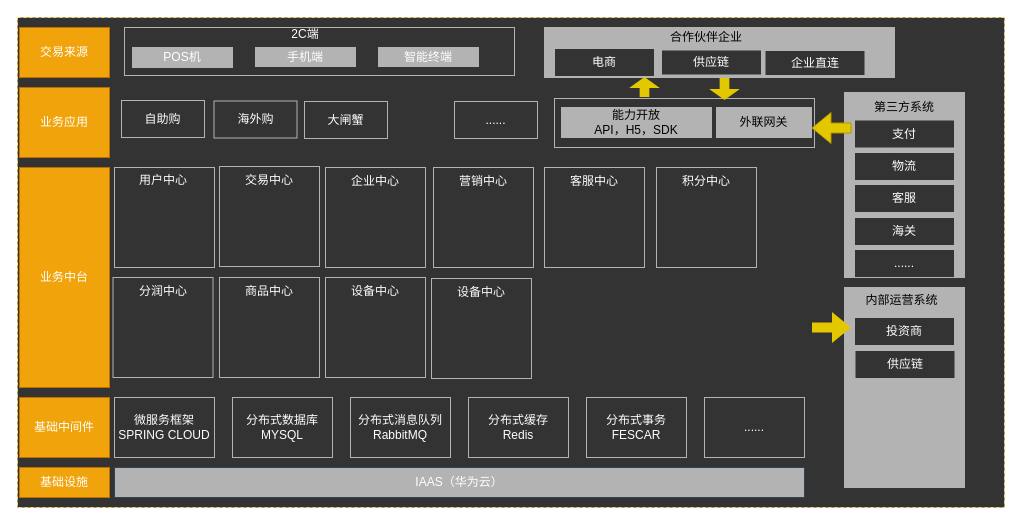
This is page "business-c" (4 of 5) of cgc/cgc-framework.drawio from kinvensan/drawio, a draw.io file, before an edit. Source tidied: cells renumbered, new cells numbered last; positions are measured from the earlier drawing's top-left corner, leaving out a move shared by most shapes. Both pictures are drawn from the tidied source at 100%, with x=0, y=0 at pixel (17, 17).
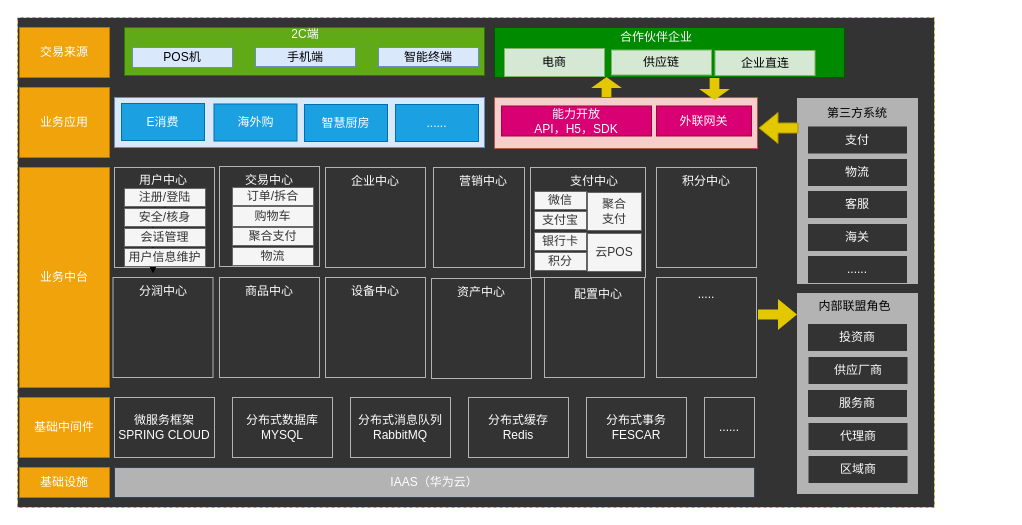
The same diagram, later.

What changed in the source:
```diff
@@
     <mxCell id="2" style="rounded=0;whiteSpace=wrap;html=1;dashed=1;strokeColor=#FFD966;fillColor=#333333;fontColor=#FFFFFF;" parent="1" vertex="1">
-      <mxGeometry width="987" height="490" as="geometry" />
+      <mxGeometry width="917" height="490" as="geometry" />
     </mxCell>
@@
     <mxCell id="4" value="IAAS（华为云）" style="rounded=0;whiteSpace=wrap;html=1;fillColor=#B3B3B3;strokeColor=#314354;fontColor=#ffffff;" parent="1" vertex="1">
-      <mxGeometry x="97" y="450" width="690" height="30" as="geometry" />
+      <mxGeometry x="97" y="450" width="640" height="30" as="geometry" />
     </mxCell>
@@
     <mxCell id="11" value="......" style="rounded=0;whiteSpace=wrap;html=1;fillColor=#333333;strokeColor=#B3B3B3;fontColor=#ffffff;" parent="1" vertex="1">
-      <mxGeometry x="687" y="380" width="100" height="60" as="geometry" />
+      <mxGeometry x="687" y="380" width="50" height="60" as="geometry" />
     </mxCell>
@@
     <mxCell id="14" style="rounded=0;whiteSpace=wrap;html=1;strokeColor=#B3B3B3;fillColor=#B3B3B3;" parent="1" vertex="1">
-      <mxGeometry x="827" y="75" width="120" height="185" as="geometry" />
+      <mxGeometry x="780" y="81" width="120" height="185" as="geometry" />
     </mxCell>
     <mxCell id="15" value="第三方系统" style="text;html=1;strokeColor=none;fillColor=none;align=center;verticalAlign=middle;whiteSpace=wrap;rounded=0;" parent="1" vertex="1">
-      <mxGeometry x="847" y="80" width="80" height="20" as="geometry" />
+      <mxGeometry x="800" y="86" width="80" height="20" as="geometry" />
     </mxCell>
     <mxCell id="16" style="rounded=0;whiteSpace=wrap;html=1;strokeColor=#B3B3B3;fillColor=#B3B3B3;" parent="1" vertex="1">
-      <mxGeometry x="827" y="270" width="120" height="200" as="geometry" />
+      <mxGeometry x="780" y="276" width="120" height="200" as="geometry" />
     </mxCell>
-    <mxCell id="17" value="内部运营系统" style="text;html=1;strokeColor=none;fillColor=none;align=center;verticalAlign=middle;whiteSpace=wrap;rounded=0;direction=south;" parent="1" vertex="1">
-      <mxGeometry x="842" y="278" width="85" height="10" as="geometry" />
+    <mxCell id="17" value="内部联盟角色" style="text;html=1;strokeColor=none;fillColor=none;align=center;verticalAlign=middle;whiteSpace=wrap;rounded=0;direction=south;" parent="1" vertex="1">
+      <mxGeometry x="795" y="284" width="85" height="10" as="geometry" />
     </mxCell>
@@
-    <mxCell id="19" style="rounded=0;whiteSpace=wrap;html=1;fillColor=#333333;strokeColor=#B3B3B3;fontColor=#ffffff;" parent="1" vertex="1">
-      <mxGeometry x="107" y="10" width="390" height="48" as="geometry" />
+    <mxCell id="19" style="rounded=0;whiteSpace=wrap;html=1;fillColor=#60a917;strokeColor=#2D7600;fontColor=#ffffff;" parent="1" vertex="1">
+      <mxGeometry x="107" y="10" width="360" height="48" as="geometry" />
     </mxCell>
-    <mxCell id="20" value="手机端" style="rounded=0;whiteSpace=wrap;html=1;fillColor=#B3B3B3;strokeColor=#B3B3B3;fontColor=#ffffff;" parent="1" vertex="1">
+    <mxCell id="20" value="手机端" style="rounded=0;whiteSpace=wrap;html=1;fillColor=#dae8fc;strokeColor=#6c8ebf;" parent="1" vertex="1">
       <mxGeometry x="238" y="30" width="100" height="19" as="geometry" />
     </mxCell>
-    <mxCell id="21" value="智能终端" style="rounded=0;whiteSpace=wrap;html=1;fillColor=#B3B3B3;strokeColor=#B3B3B3;fontColor=#ffffff;" parent="1" vertex="1">
+    <mxCell id="21" value="智能终端" style="rounded=0;whiteSpace=wrap;html=1;fillColor=#dae8fc;strokeColor=#6c8ebf;" parent="1" vertex="1">
       <mxGeometry x="361" y="30" width="100" height="19" as="geometry" />
     </mxCell>
-    <mxCell id="22" style="rounded=0;whiteSpace=wrap;html=1;strokeColor=#B3B3B3;fillColor=#B3B3B3;" parent="1" vertex="1">
-      <mxGeometry x="527" y="10" width="350" height="50" as="geometry" />
+    <mxCell id="22" style="rounded=0;whiteSpace=wrap;html=1;strokeColor=#005700;fillColor=#008a00;fontColor=#ffffff;" parent="1" vertex="1">
+      <mxGeometry x="477" y="10" width="350" height="50" as="geometry" />
     </mxCell>
-    <mxCell id="23" value="合作伙伴企业" style="text;html=1;strokeColor=none;fillColor=none;align=center;verticalAlign=middle;whiteSpace=wrap;rounded=0;" parent="1" vertex="1">
-      <mxGeometry x="649" y="10" width="80" height="20" as="geometry" />
+    <mxCell id="23" value="&lt;font color=&quot;#ffffff&quot;&gt;合作伙伴企业&lt;/font&gt;" style="text;html=1;strokeColor=none;fillColor=none;align=center;verticalAlign=middle;whiteSpace=wrap;rounded=0;" parent="1" vertex="1">
+      <mxGeometry x="599" y="10" width="80" height="20" as="geometry" />
     </mxCell>
-    <mxCell id="24" value="电商" style="rounded=0;whiteSpace=wrap;html=1;fillColor=#333333;strokeColor=#B3B3B3;fontColor=#ffffff;" parent="1" vertex="1">
-      <mxGeometry x="537" y="31" width="100" height="28" as="geometry" />
+    <mxCell id="24" value="电商" style="rounded=0;whiteSpace=wrap;html=1;fillColor=#d5e8d4;strokeColor=#82b366;" parent="1" vertex="1">
+      <mxGeometry x="487" y="31" width="100" height="28" as="geometry" />
     </mxCell>
-    <mxCell id="25" value="供应链" style="rounded=0;whiteSpace=wrap;html=1;fillColor=#333333;strokeColor=#B3B3B3;fontColor=#ffffff;" parent="1" vertex="1">
-      <mxGeometry x="644" y="32.5" width="100" height="25" as="geometry" />
+    <mxCell id="25" value="供应链" style="rounded=0;whiteSpace=wrap;html=1;fillColor=#d5e8d4;strokeColor=#82b366;" parent="1" vertex="1">
+      <mxGeometry x="594" y="32.5" width="100" height="25" as="geometry" />
     </mxCell>
     <mxCell id="26" value="投资商" style="rounded=0;whiteSpace=wrap;html=1;fillColor=#333333;strokeColor=#B3B3B3;fontColor=#ffffff;" parent="1" vertex="1">
-      <mxGeometry x="837" y="300" width="100" height="28" as="geometry" />
+      <mxGeometry x="790" y="306" width="100" height="28" as="geometry" />
     </mxCell>
-    <mxCell id="27" value="供应链" style="rounded=0;whiteSpace=wrap;html=1;fillColor=#333333;strokeColor=#B3B3B3;fontColor=#ffffff;" parent="1" vertex="1">
-      <mxGeometry x="837.5" y="333" width="100" height="28" as="geometry" />
+    <mxCell id="27" value="供应厂商" style="rounded=0;whiteSpace=wrap;html=1;fillColor=#333333;strokeColor=#B3B3B3;fontColor=#ffffff;" parent="1" vertex="1">
+      <mxGeometry x="790.5" y="339" width="100" height="28" as="geometry" />
     </mxCell>
     <mxCell id="28" value="支付" style="rounded=0;whiteSpace=wrap;html=1;fillColor=#333333;strokeColor=#B3B3B3;fontColor=#ffffff;flipV=1;" parent="1" vertex="1">
-      <mxGeometry x="837" y="102.5" width="100" height="28" as="geometry" />
+      <mxGeometry x="790" y="108.5" width="100" height="28" as="geometry" />
     </mxCell>
     <mxCell id="29" value="物流" style="rounded=0;whiteSpace=wrap;html=1;fillColor=#333333;strokeColor=#B3B3B3;fontColor=#ffffff;flipV=1;" parent="1" vertex="1">
-      <mxGeometry x="837" y="135" width="100" height="28" as="geometry" />
+      <mxGeometry x="790" y="141" width="100" height="28" as="geometry" />
     </mxCell>
     <mxCell id="30" value="客服" style="rounded=0;whiteSpace=wrap;html=1;fillColor=#333333;strokeColor=#B3B3B3;fontColor=#ffffff;flipV=1;" parent="1" vertex="1">
-      <mxGeometry x="837" y="167" width="100" height="28" as="geometry" />
+      <mxGeometry x="790" y="173" width="100" height="28" as="geometry" />
     </mxCell>
     <mxCell id="31" value="海关" style="rounded=0;whiteSpace=wrap;html=1;fillColor=#333333;strokeColor=#B3B3B3;fontColor=#ffffff;flipV=1;" parent="1" vertex="1">
-      <mxGeometry x="837" y="200" width="100" height="28" as="geometry" />
+      <mxGeometry x="790" y="206" width="100" height="28" as="geometry" />
     </mxCell>
     <mxCell id="32" value="......" style="rounded=0;whiteSpace=wrap;html=1;fillColor=#333333;strokeColor=#B3B3B3;fontColor=#ffffff;flipV=1;" parent="1" vertex="1">
-      <mxGeometry x="837" y="232" width="100" height="28" as="geometry" />
+      <mxGeometry x="790" y="238" width="100" height="28" as="geometry" />
     </mxCell>
-    <mxCell id="33" style="rounded=0;whiteSpace=wrap;html=1;fillColor=#333333;strokeColor=#B3B3B3;fontColor=#ffffff;" parent="1" vertex="1">
-      <mxGeometry x="537" y="81" width="260" height="49" as="geometry" />
+    <mxCell id="33" style="rounded=0;whiteSpace=wrap;html=1;fillColor=#f8cecc;strokeColor=#b85450;" parent="1" vertex="1">
+      <mxGeometry x="477" y="80" width="263" height="51" as="geometry" />
     </mxCell>
-    <mxCell id="34" value="能力开放&lt;br&gt;API，H5，SDK" style="rounded=0;whiteSpace=wrap;html=1;strokeColor=#B3B3B3;fillColor=#B3B3B3;" parent="1" vertex="1">
-      <mxGeometry x="544" y="90" width="150" height="30" as="geometry" />
+    <mxCell id="34" value="能力开放&lt;br&gt;API，H5，SDK" style="rounded=0;whiteSpace=wrap;html=1;strokeColor=#A50040;fillColor=#d80073;fontColor=#ffffff;" parent="1" vertex="1">
+      <mxGeometry x="484" y="88.5" width="150" height="30" as="geometry" />
     </mxCell>
-    <mxCell id="35" value="外联网关" style="rounded=0;whiteSpace=wrap;html=1;strokeColor=#B3B3B3;fillColor=#B3B3B3;" parent="1" vertex="1">
-      <mxGeometry x="699" y="90" width="95" height="30" as="geometry" />
+    <mxCell id="35" value="外联网关" style="rounded=0;whiteSpace=wrap;html=1;strokeColor=#A50040;fillColor=#d80073;fontColor=#ffffff;" parent="1" vertex="1">
+      <mxGeometry x="639" y="88.5" width="95" height="30" as="geometry" />
     </mxCell>
     <mxCell id="36" style="shape=flexArrow;endArrow=classic;html=1;fillColor=#e3c800;strokeColor=#B09500;" parent="1" edge="1">
       <mxGeometry relative="1" as="geometry">
-        <mxPoint x="834" y="110.5" as="sourcePoint" />
-        <mxPoint x="794" y="110.5" as="targetPoint" />
+        <mxPoint x="781" y="110.5" as="sourcePoint" />
+        <mxPoint x="741" y="110.5" as="targetPoint" />
       </mxGeometry>
     </mxCell>
     <mxCell id="37" style="shape=flexArrow;endArrow=classic;html=1;fillColor=#e3c800;strokeColor=none;" parent="1" edge="1">
       <mxGeometry relative="1" as="geometry">
-        <mxPoint x="794" y="310" as="sourcePoint" />
-        <mxPoint x="834" y="310" as="targetPoint" />
+        <mxPoint x="740" y="297" as="sourcePoint" />
+        <mxPoint x="780" y="297" as="targetPoint" />
       </mxGeometry>
     </mxCell>
-    <mxCell id="38" value="企业直连" style="rounded=0;whiteSpace=wrap;html=1;fillColor=#333333;strokeColor=#B3B3B3;fontColor=#ffffff;" parent="1" vertex="1">
-      <mxGeometry x="747.5" y="33" width="100" height="25" as="geometry" />
+    <mxCell id="38" value="企业直连" style="rounded=0;whiteSpace=wrap;html=1;fillColor=#d5e8d4;strokeColor=#82b366;" parent="1" vertex="1">
+      <mxGeometry x="697.5" y="33" width="100" height="25" as="geometry" />
     </mxCell>
     <mxCell id="39" style="shape=flexArrow;endArrow=classic;html=1;fillColor=#e3c800;strokeColor=none;width=9.714285714285714;endSize=3.2971428571428567;" parent="1" edge="1">
       <mxGeometry relative="1" as="geometry">
-        <mxPoint x="707" y="60" as="sourcePoint" />
-        <mxPoint x="707" y="83" as="targetPoint" />
+        <mxPoint x="697" y="60" as="sourcePoint" />
+        <mxPoint x="697" y="83" as="targetPoint" />
       </mxGeometry>
     </mxCell>
     <mxCell id="40" style="shape=flexArrow;endArrow=classic;html=1;fillColor=#e3c800;strokeColor=none;width=9.714285714285714;endSize=3.2971428571428567;" parent="1" edge="1">
       <mxGeometry relative="1" as="geometry">
-        <mxPoint x="627" y="80" as="sourcePoint" />
-        <mxPoint x="627" y="59" as="targetPoint" />
+        <mxPoint x="589" y="80" as="sourcePoint" />
+        <mxPoint x="589" y="59" as="targetPoint" />
       </mxGeometry>
     </mxCell>
-    <mxCell id="41" value="POS机" style="rounded=0;whiteSpace=wrap;html=1;fillColor=#B3B3B3;strokeColor=#B3B3B3;fontColor=#ffffff;" parent="1" vertex="1">
+    <mxCell id="41" value="POS机" style="rounded=0;whiteSpace=wrap;html=1;fillColor=#dae8fc;strokeColor=#6c8ebf;" parent="1" vertex="1">
       <mxGeometry x="115" y="30" width="100" height="20" as="geometry" />
     </mxCell>
@@
-    <mxCell id="43" value="自助购" style="rounded=0;whiteSpace=wrap;html=1;fillColor=#333333;strokeColor=#B3B3B3;fontColor=#ffffff;" parent="1" vertex="1">
-      <mxGeometry x="104" y="83" width="83" height="37" as="geometry" />
-    </mxCell>
-    <mxCell id="44" value="海外购" style="rounded=0;whiteSpace=wrap;html=1;fillColor=#333333;strokeColor=#B3B3B3;fontColor=#ffffff;" parent="1" vertex="1">
-      <mxGeometry x="196.5" y="83.5" width="83" height="37" as="geometry" />
-    </mxCell>
-    <mxCell id="45" value="大闸蟹" style="rounded=0;whiteSpace=wrap;html=1;fillColor=#333333;strokeColor=#B3B3B3;fontColor=#ffffff;" parent="1" vertex="1">
-      <mxGeometry x="287" y="84" width="83" height="37" as="geometry" />
-    </mxCell>
-    <mxCell id="46" value="......" style="rounded=0;whiteSpace=wrap;html=1;fillColor=#333333;strokeColor=#B3B3B3;fontColor=#ffffff;" parent="1" vertex="1">
-      <mxGeometry x="437" y="84" width="83" height="37" as="geometry" />
-    </mxCell>
@@
     <mxCell id="53" style="rounded=0;whiteSpace=wrap;html=1;fillColor=#333333;strokeColor=#B3B3B3;fontColor=#ffffff;" parent="1" vertex="1">
-      <mxGeometry x="416" y="150" width="100" height="100" as="geometry" />
+      <mxGeometry x="416" y="150" width="91" height="100" as="geometry" />
     </mxCell>
@@
     <mxCell id="55" style="rounded=0;whiteSpace=wrap;html=1;fillColor=#333333;strokeColor=#B3B3B3;fontColor=#ffffff;" parent="1" vertex="1">
-      <mxGeometry x="527" y="150" width="100" height="100" as="geometry" />
+      <mxGeometry x="513" y="150" width="115" height="110" as="geometry" />
     </mxCell>
-    <mxCell id="56" value="客服中心" style="text;html=1;strokeColor=none;fillColor=none;align=center;verticalAlign=middle;whiteSpace=wrap;rounded=0;fontColor=#FFFFFF;" parent="1" vertex="1">
+    <mxCell id="56" value="支付中心" style="text;html=1;strokeColor=none;fillColor=none;align=center;verticalAlign=middle;whiteSpace=wrap;rounded=0;fontColor=#FFFFFF;" parent="1" vertex="1">
       <mxGeometry x="547" y="154" width="60" height="20" as="geometry" />
     </mxCell>
@@
-    <mxCell id="66" value="设备中心" style="text;html=1;strokeColor=none;fillColor=none;align=center;verticalAlign=middle;whiteSpace=wrap;rounded=0;fontColor=#FFFFFF;" parent="1" vertex="1">
+    <mxCell id="66" value="资产中心" style="text;html=1;strokeColor=none;fillColor=none;align=center;verticalAlign=middle;whiteSpace=wrap;rounded=0;fontColor=#FFFFFF;" parent="1" vertex="1">
       <mxGeometry x="434" y="265" width="60" height="20" as="geometry" />
     </mxCell>
+    <mxCell id="67" style="rounded=0;whiteSpace=wrap;html=1;fillColor=#333333;strokeColor=#B3B3B3;fontColor=#ffffff;" parent="1" vertex="1">
+      <mxGeometry x="527" y="260" width="100" height="100" as="geometry" />
+    </mxCell>
+    <mxCell id="68" value="配置中心" style="text;html=1;strokeColor=none;fillColor=none;align=center;verticalAlign=middle;whiteSpace=wrap;rounded=0;fontColor=#FFFFFF;" parent="1" vertex="1">
+      <mxGeometry x="551" y="267" width="60" height="20" as="geometry" />
+    </mxCell>
+    <mxCell id="69" style="rounded=0;whiteSpace=wrap;html=1;fillColor=#333333;strokeColor=#B3B3B3;fontColor=#ffffff;" parent="1" vertex="1">
+      <mxGeometry x="639" y="260" width="100" height="100" as="geometry" />
+    </mxCell>
+    <mxCell id="70" value="....." style="text;html=1;strokeColor=none;fillColor=none;align=center;verticalAlign=middle;whiteSpace=wrap;rounded=0;fontColor=#FFFFFF;" parent="1" vertex="1">
+      <mxGeometry x="659" y="267" width="60" height="20" as="geometry" />
+    </mxCell>
+    <mxCell id="71" value="服务商" style="rounded=0;whiteSpace=wrap;html=1;fillColor=#333333;strokeColor=#B3B3B3;fontColor=#ffffff;" parent="1" vertex="1">
+      <mxGeometry x="790" y="372" width="100" height="28" as="geometry" />
+    </mxCell>
+    <mxCell id="72" value="代理商" style="rounded=0;whiteSpace=wrap;html=1;fillColor=#333333;strokeColor=#B3B3B3;fontColor=#ffffff;" parent="1" vertex="1">
+      <mxGeometry x="790.5" y="405" width="100" height="28" as="geometry" />
+    </mxCell>
+    <mxCell id="73" value="区域商" style="rounded=0;whiteSpace=wrap;html=1;fillColor=#333333;strokeColor=#B3B3B3;fontColor=#ffffff;" parent="1" vertex="1">
+      <mxGeometry x="790.5" y="438" width="100" height="28" as="geometry" />
+    </mxCell>
+    <mxCell id="74" style="rounded=0;whiteSpace=wrap;html=1;fillColor=#dae8fc;strokeColor=#6c8ebf;" parent="1" vertex="1">
+      <mxGeometry x="97" y="80" width="370" height="50" as="geometry" />
+    </mxCell>
+    <mxCell id="43" value="E消费" style="rounded=0;whiteSpace=wrap;html=1;fillColor=#1ba1e2;strokeColor=#006EAF;fontColor=#ffffff;" parent="1" vertex="1">
+      <mxGeometry x="104" y="86" width="83" height="37" as="geometry" />
+    </mxCell>
+    <mxCell id="44" value="海外购" style="rounded=0;whiteSpace=wrap;html=1;fillColor=#1ba1e2;strokeColor=#006EAF;fontColor=#ffffff;" parent="1" vertex="1">
+      <mxGeometry x="196.5" y="86.5" width="83" height="37" as="geometry" />
+    </mxCell>
+    <mxCell id="45" value="智慧厨房" style="rounded=0;whiteSpace=wrap;html=1;fillColor=#1ba1e2;strokeColor=#006EAF;fontColor=#ffffff;" parent="1" vertex="1">
+      <mxGeometry x="287" y="87" width="83" height="37" as="geometry" />
+    </mxCell>
+    <mxCell id="46" value="......" style="rounded=0;whiteSpace=wrap;html=1;fillColor=#1ba1e2;strokeColor=#006EAF;fontColor=#ffffff;" parent="1" vertex="1">
+      <mxGeometry x="378" y="87" width="83" height="37" as="geometry" />
+    </mxCell>
+    <mxCell id="75" style="edgeStyle=orthogonalEdgeStyle;rounded=0;jettySize=auto;html=1;exitX=0.5;exitY=1;exitDx=0;exitDy=0;entryX=0.351;entryY=-1.5;entryDx=0;entryDy=0;entryPerimeter=0;fontColor=#FFFFFF;" parent="1" edge="1" source="76" target="78">
+      <mxGeometry relative="1" as="geometry" />
+    </mxCell>
+    <mxCell id="76" value="注册/登陆" style="rounded=0;whiteSpace=wrap;html=1;strokeColor=#666666;fillColor=#f5f5f5;fontColor=#333333;flipV=1;" parent="1" vertex="1">
+      <mxGeometry x="107" y="171" width="81" height="18" as="geometry" />
+    </mxCell>
+    <mxCell id="77" value="安全/核身" style="rounded=0;whiteSpace=wrap;html=1;strokeColor=#666666;fillColor=#f5f5f5;fontColor=#333333;flipV=1;" parent="1" vertex="1">
+      <mxGeometry x="107" y="191" width="81" height="18" as="geometry" />
+    </mxCell>
+    <mxCell id="78" value="会话管理" style="rounded=0;whiteSpace=wrap;html=1;strokeColor=#666666;fillColor=#f5f5f5;fontColor=#333333;flipV=1;" parent="1" vertex="1">
+      <mxGeometry x="107" y="211" width="81" height="18" as="geometry" />
+    </mxCell>
+    <mxCell id="79" value="用户信息维护" style="rounded=0;whiteSpace=wrap;html=1;strokeColor=#666666;fillColor=#f5f5f5;fontColor=#333333;flipV=1;" parent="1" vertex="1">
+      <mxGeometry x="107" y="231" width="81" height="18" as="geometry" />
+    </mxCell>
+    <mxCell id="80" value="订单/拆合" style="rounded=0;whiteSpace=wrap;html=1;strokeColor=#666666;fillColor=#f5f5f5;fontColor=#333333;" parent="1" vertex="1">
+      <mxGeometry x="215" y="170" width="81" height="18" as="geometry" />
+    </mxCell>
+    <mxCell id="81" value="购物车" style="rounded=0;whiteSpace=wrap;html=1;strokeColor=#666666;fillColor=#f5f5f5;fontColor=#333333;" parent="1" vertex="1">
+      <mxGeometry x="215" y="189" width="81" height="20" as="geometry" />
+    </mxCell>
+    <mxCell id="82" value="聚合支付" style="rounded=0;whiteSpace=wrap;html=1;strokeColor=#666666;fillColor=#f5f5f5;fontColor=#333333;" parent="1" vertex="1">
+      <mxGeometry x="215" y="210" width="81" height="18" as="geometry" />
+    </mxCell>
+    <mxCell id="83" value="物流" style="rounded=0;whiteSpace=wrap;html=1;strokeColor=#666666;fillColor=#f5f5f5;fontColor=#333333;" parent="1" vertex="1">
+      <mxGeometry x="215" y="230" width="81" height="18" as="geometry" />
+    </mxCell>
+    <mxCell id="84" value="聚合&lt;br&gt;支付" style="rounded=0;whiteSpace=wrap;html=1;strokeColor=#666666;fillColor=#f5f5f5;fontColor=#333333;" parent="1" vertex="1">
+      <mxGeometry x="570" y="175" width="54" height="38" as="geometry" />
+    </mxCell>
+    <mxCell id="85" value="云POS" style="rounded=0;whiteSpace=wrap;html=1;strokeColor=#666666;fillColor=#f5f5f5;fontColor=#333333;" parent="1" vertex="1">
+      <mxGeometry x="570" y="216" width="54" height="38" as="geometry" />
+    </mxCell>
+    <mxCell id="86" value="微信" style="rounded=0;whiteSpace=wrap;html=1;strokeColor=#666666;fillColor=#f5f5f5;fontColor=#333333;" parent="1" vertex="1">
+      <mxGeometry x="517" y="174" width="52" height="18" as="geometry" />
+    </mxCell>
+    <mxCell id="87" value="支付宝" style="rounded=0;whiteSpace=wrap;html=1;strokeColor=#666666;fillColor=#f5f5f5;fontColor=#333333;" parent="1" vertex="1">
+      <mxGeometry x="517" y="194" width="52" height="18" as="geometry" />
+    </mxCell>
+    <mxCell id="88" value="积分" style="rounded=0;whiteSpace=wrap;html=1;strokeColor=#666666;fillColor=#f5f5f5;fontColor=#333333;" parent="1" vertex="1">
+      <mxGeometry x="517" y="235" width="52" height="18" as="geometry" />
+    </mxCell>
+    <mxCell id="89" value="银行卡" style="rounded=0;whiteSpace=wrap;html=1;strokeColor=#666666;fillColor=#f5f5f5;fontColor=#333333;" parent="1" vertex="1">
+      <mxGeometry x="517" y="215" width="52" height="18" as="geometry" />
+    </mxCell>
```
